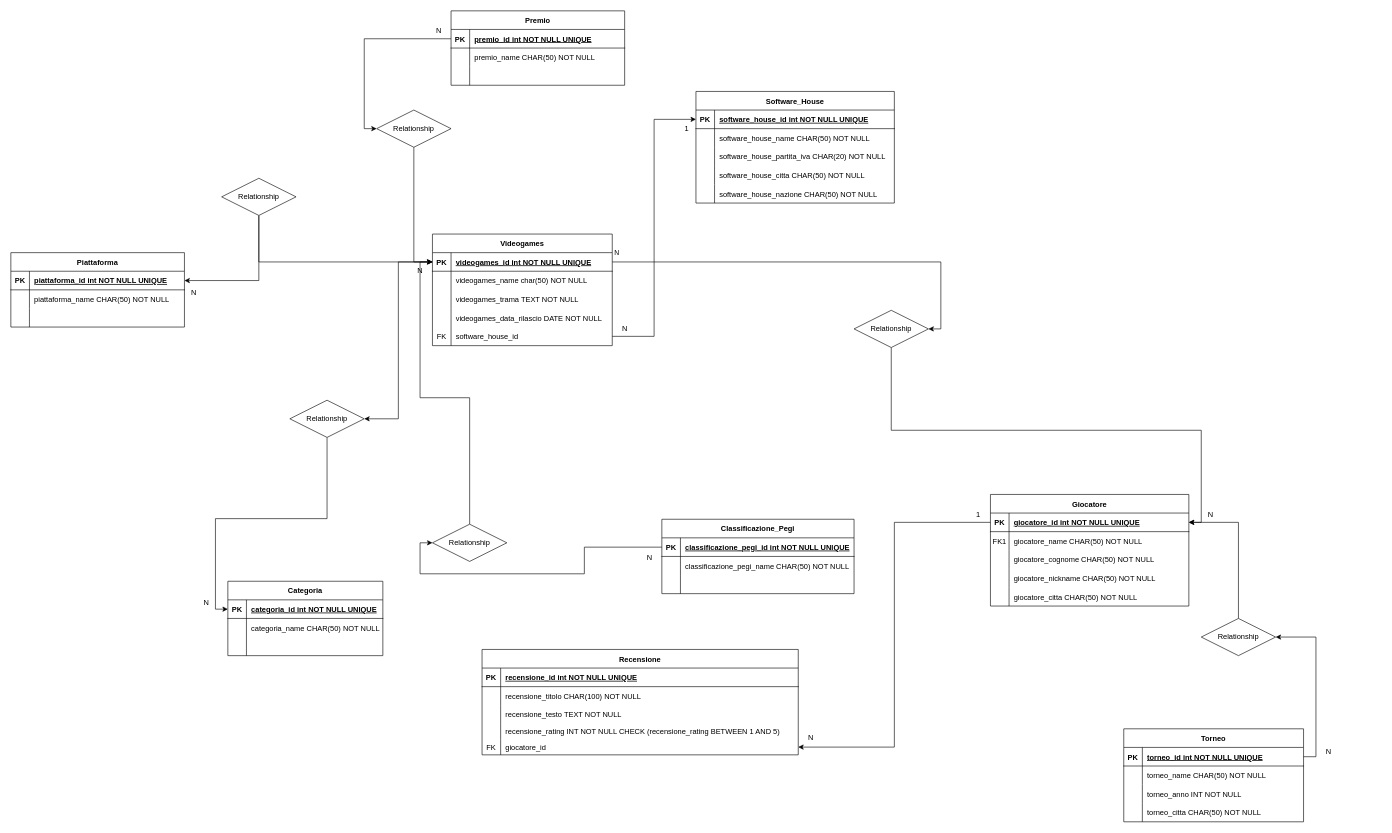
Hycarus/db-videogames keeps this draw.io diagram as Modellazione Schema ER Videogames.drawio. Above is the earlier version. Source tidied: cells renumbered, new cells numbered last; positions are measured from the earlier drawing's top-left corner, leaving out a move shared by most shapes. Both pictures are drawn from the tidied source at 62%, with x=0, y=0 at pixel (11, 11).
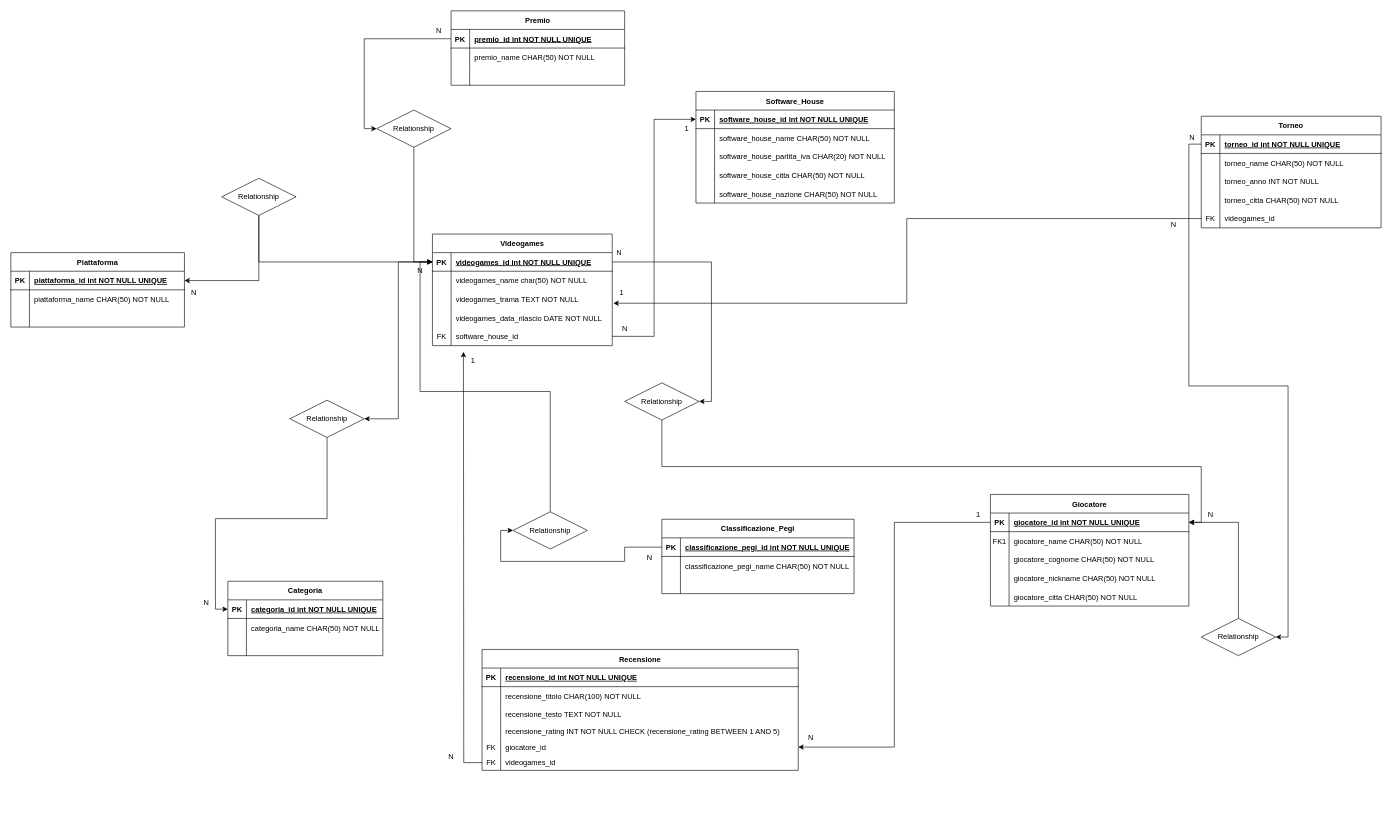
Above is the later version.

Unchanged cells that the change refers to:
```xml
<mxCell id="38" style="shape=partialRectangle;fillColor=none;points=[[0,0.5],[1,0.5]];portConstraint=eastwest;top=0;left=0;right=0;bottom=0;" parent="28" vertex="1">
  <mxGeometry y="120" width="290" height="30" as="geometry" />
</mxCell>
<mxCell id="140" style="edgeStyle=orthogonalEdgeStyle;rounded=0;jettySize=auto;html=1;entryX=1;entryY=0.5;entryDx=0;entryDy=0;" parent="1" edge="1" source="29" target="142">
  <mxGeometry relative="1" as="geometry" />
</mxCell>
```

Change to the diagram source:
```diff
@@
     <mxCell id="64" value="Torneo" style="shape=table;startSize=30;childLayout=tableLayout;rowLines=0;fontStyle=1;align=center;" parent="1" vertex="1">
-      <mxGeometry x="1795" y="1158" width="290" height="150" as="geometry" />
+      <mxGeometry x="1920" y="170" width="290" height="180" as="geometry" />
     </mxCell>
@@
+    <mxCell id="151" style="shape=partialRectangle;fillColor=none;points=[[0,0.5],[1,0.5]];portConstraint=eastwest;top=0;left=0;right=0;bottom=0;" parent="64" vertex="1">
+      <mxGeometry y="150" width="290" height="30" as="geometry" />
+    </mxCell>
+    <mxCell id="152" value="FK" style="shape=partialRectangle;overflow=hidden;fillColor=none;top=0;left=0;bottom=0;right=0;" parent="151" vertex="1">
+      <mxGeometry width="30" height="30" as="geometry" />
+    </mxCell>
+    <mxCell id="153" value="videogames_id" style="shape=partialRectangle;overflow=hidden;fillColor=none;top=0;left=0;bottom=0;right=0;align=left;spacingLeft=6;" parent="151" vertex="1">
+      <mxGeometry x="30" width="260" height="30" as="geometry" />
+    </mxCell>
@@
     <mxCell id="93" value="Recensione" style="shape=table;startSize=30;childLayout=tableLayout;rowLines=0;fontStyle=1;align=center;" parent="1" vertex="1">
-      <mxGeometry x="760" y="1030" width="510" height="170" as="geometry" />
+      <mxGeometry x="760" y="1030" width="510" height="195" as="geometry" />
     </mxCell>
@@
+    <mxCell id="154" style="shape=partialRectangle;fillColor=none;points=[[0,0.5],[1,0.5]];portConstraint=eastwest;top=0;left=0;right=0;bottom=0;" parent="93" vertex="1">
+      <mxGeometry y="170" width="510" height="25" as="geometry" />
+    </mxCell>
+    <mxCell id="155" value="FK" style="shape=partialRectangle;overflow=hidden;fillColor=none;top=0;left=0;bottom=0;right=0;" parent="154" vertex="1">
+      <mxGeometry width="30" height="25" as="geometry" />
+    </mxCell>
+    <mxCell id="156" value="videogames_id" style="shape=partialRectangle;overflow=hidden;fillColor=none;top=0;left=0;bottom=0;right=0;align=left;spacingLeft=6;" parent="154" vertex="1">
+      <mxGeometry x="30" width="480" height="25" as="geometry" />
+    </mxCell>
@@
     <mxCell id="141" value="N" style="edgeLabel;html=1;align=center;verticalAlign=middle;" parent="140" vertex="1">
       <mxGeometry x="-0.97" y="5" relative="1" as="geometry">
-        <mxPoint x="-4" y="-10" as="offset" />
+        <mxPoint x="4" y="-10" as="offset" />
       </mxGeometry>
     </mxCell>
     <mxCell id="142" value="Relationship" style="shape=rhombus;perimeter=rhombusPerimeter;whiteSpace=wrap;html=1;align=center;" parent="1" vertex="1">
-      <mxGeometry x="1360" y="483" width="120" height="60" as="geometry" />
+      <mxGeometry x="990" y="600" width="120" height="60" as="geometry" />
     </mxCell>
@@
     <mxCell id="146" value="Relationship" style="shape=rhombus;perimeter=rhombusPerimeter;whiteSpace=wrap;html=1;align=center;" parent="1" vertex="1">
-      <mxGeometry x="680" y="828" width="120" height="60" as="geometry" />
+      <mxGeometry x="810" y="808" width="120" height="60" as="geometry" />
     </mxCell>
@@
     <mxCell id="148" value="N" style="text;html=1;align=center;verticalAlign=middle;strokeColor=none;fillColor=none;" parent="1" vertex="1">
-      <mxGeometry x="2110" y="1180" width="30" height="30" as="geometry" />
+      <mxGeometry x="1860" y="330" width="30" height="30" as="geometry" />
     </mxCell>
@@
+    <mxCell id="157" style="edgeStyle=orthogonalEdgeStyle;rounded=0;jettySize=auto;html=1;entryX=1.006;entryY=-0.281;entryDx=0;entryDy=0;entryPerimeter=0;" parent="1" edge="1" source="151" target="38">
+      <mxGeometry relative="1" as="geometry" />
+    </mxCell>
+    <mxCell id="158" value="N" style="text;html=1;align=center;verticalAlign=middle;strokeColor=none;fillColor=none;" parent="1" vertex="1">
+      <mxGeometry x="1890" y="190" width="30" height="30" as="geometry" />
+    </mxCell>
+    <mxCell id="159" value="1" style="text;html=1;align=center;verticalAlign=middle;strokeColor=none;fillColor=none;" parent="1" vertex="1">
+      <mxGeometry x="970" y="440" width="30" height="30" as="geometry" />
+    </mxCell>
+    <mxCell id="160" style="edgeStyle=orthogonalEdgeStyle;rounded=0;jettySize=auto;html=1;" parent="1" edge="1" source="154">
+      <mxGeometry relative="1" as="geometry">
+        <mxPoint x="730" y="550" as="targetPoint" />
+      </mxGeometry>
+    </mxCell>
+    <mxCell id="161" value="N" style="text;html=1;align=center;verticalAlign=middle;strokeColor=none;fillColor=none;" parent="1" vertex="1">
+      <mxGeometry x="695" y="1188" width="30" height="30" as="geometry" />
+    </mxCell>
+    <mxCell id="162" value="1" style="text;html=1;align=center;verticalAlign=middle;strokeColor=none;fillColor=none;" parent="1" vertex="1">
+      <mxGeometry x="730" y="550" width="30" height="30" as="geometry" />
+    </mxCell>
```
